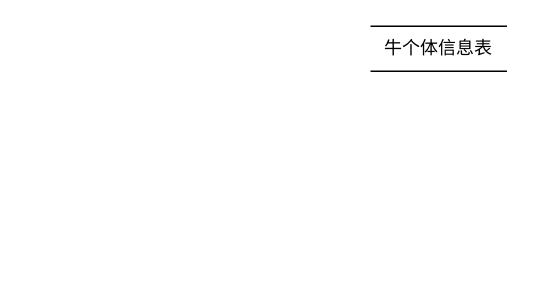
This is Untitled Diagram.drawio from FanDoggie/github-slideshow, a draw.io file, before an edit. Source tidied: cells renumbered, new cells numbered last; positions are measured from the earlier drawing's top-left corner, leaving out a move shared by most shapes. Both pictures are drawn from the tidied source at 150%, with x=0, y=0 at pixel (370, 26).
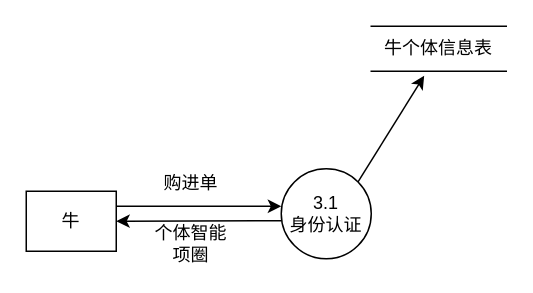
After the change.

Change to the diagram source:
```diff
@@
 <mxGraphModel>
   <root>
     <mxCell id="0" />
     <mxCell id="1" parent="0" />
     <mxCell id="2" value="牛个体信息表" style="shape=partialRectangle;whiteSpace=wrap;html=1;left=0;right=0;fillColor=none;" parent="1" vertex="1">
       <mxGeometry width="90" height="30" as="geometry" />
     </mxCell>
+    <mxCell id="3" value="牛" style="rounded=0;whiteSpace=wrap;html=1;" parent="1" vertex="1">
+      <mxGeometry x="-230" y="110" width="60" height="40" as="geometry" />
+    </mxCell>
+    <mxCell id="4" value="3.1&lt;br&gt;身份认证" style="ellipse;whiteSpace=wrap;html=1;" parent="1" vertex="1">
+      <mxGeometry x="-60" y="95" width="60" height="60" as="geometry" />
+    </mxCell>
+    <mxCell id="5" style="endArrow=classic;html=1;rounded=0;" parent="1" edge="1">
+      <mxGeometry relative="1" as="geometry">
+        <mxPoint x="-170" y="120" as="sourcePoint" />
+        <mxPoint x="-60" y="120" as="targetPoint" />
+      </mxGeometry>
+    </mxCell>
+    <mxCell id="6" value="购进单" style="text;html=1;strokeColor=none;fillColor=none;align=center;verticalAlign=middle;whiteSpace=wrap;rounded=0;" parent="1" vertex="1">
+      <mxGeometry x="-150" y="90" width="60" height="30" as="geometry" />
+    </mxCell>
+    <mxCell id="7" style="endArrow=classic;html=1;rounded=0;entryX=1;entryY=0.5;entryDx=0;entryDy=0;" parent="1" edge="1" target="3">
+      <mxGeometry relative="1" as="geometry">
+        <mxPoint x="-60" y="129.6" as="sourcePoint" />
+      </mxGeometry>
+    </mxCell>
+    <mxCell id="8" value="个体智能项圈" style="text;html=1;strokeColor=none;fillColor=none;align=center;verticalAlign=middle;whiteSpace=wrap;rounded=0;" parent="1" vertex="1">
+      <mxGeometry x="-150" y="130" width="60" height="30" as="geometry" />
+    </mxCell>
+    <mxCell id="9" style="endArrow=classic;html=1;rounded=0;exitX=1;exitY=0;exitDx=0;exitDy=0;entryX=0.392;entryY=1.098;entryDx=0;entryDy=0;entryPerimeter=0;" parent="1" edge="1" source="4" target="2">
+      <mxGeometry relative="1" as="geometry" />
+    </mxCell>
   </root>
 </mxGraphModel>
```
